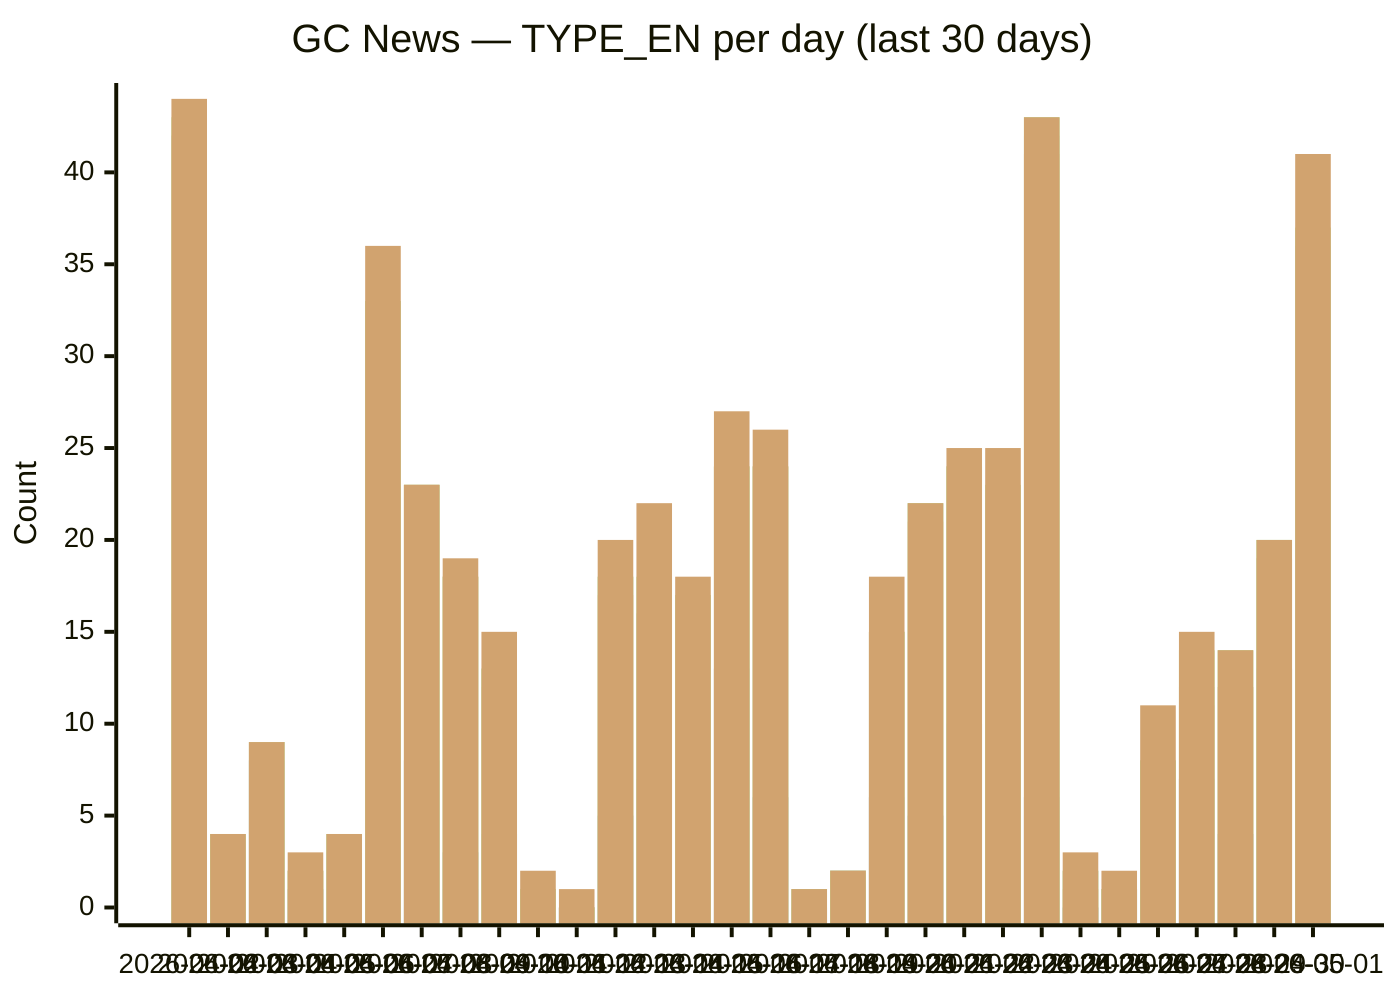
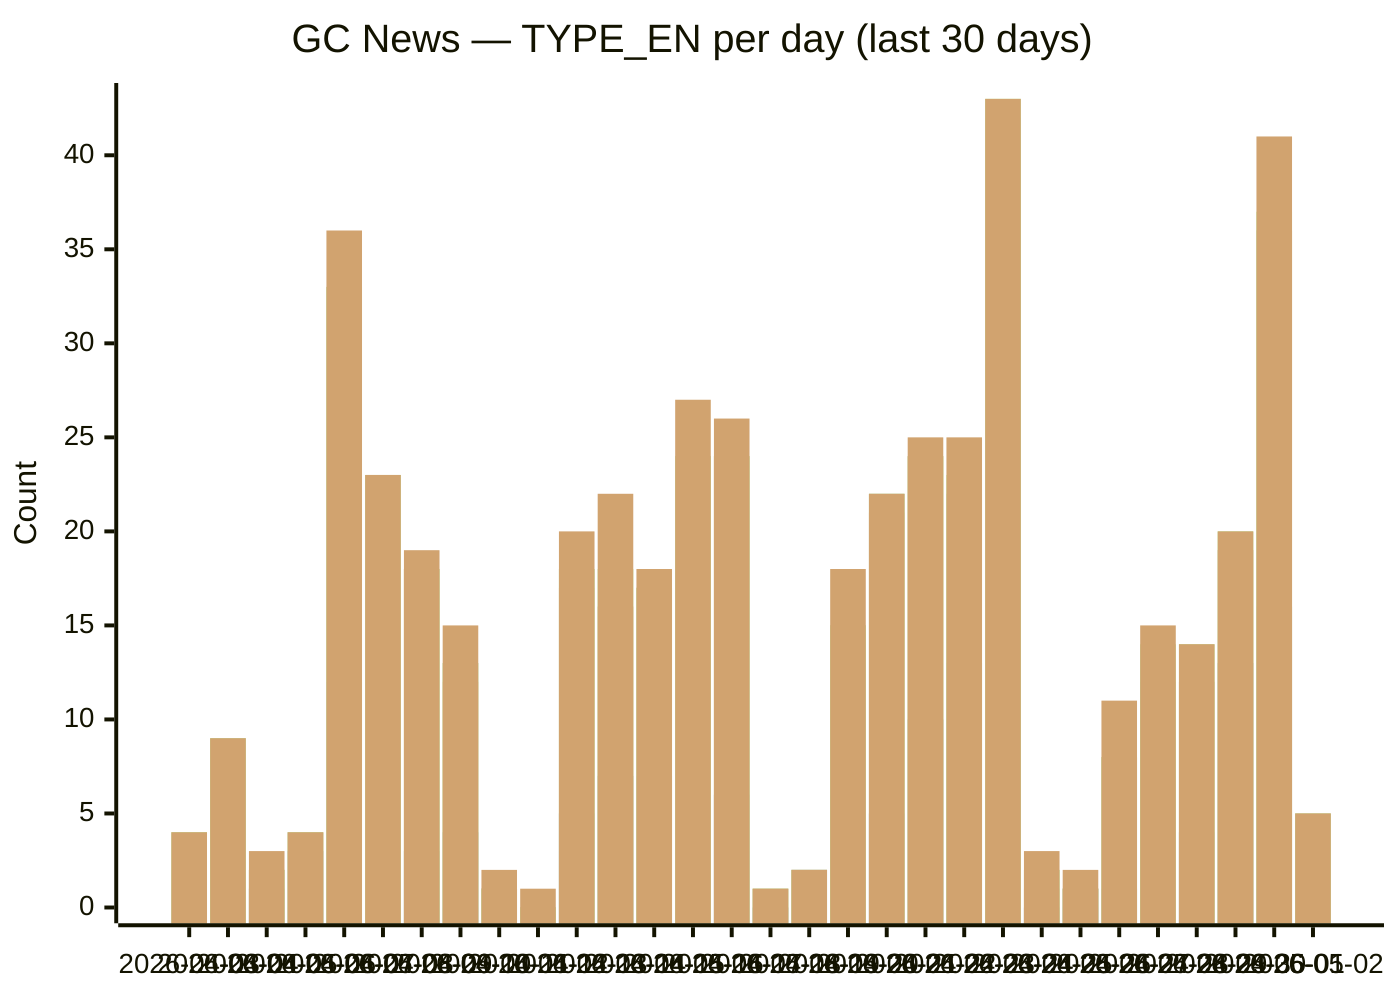
```mermaid
xychart-beta
  title "GC News — TYPE_EN per day (last 30 days)"
-   x-axis [2026-04-02, 2026-04-03, 2026-04-04, 2026-04-05, 2026-04-06, 2026-04-07, 2026-04-08, 2026-04-09, 2026-04-10, 2026-04-11, 2026-04-12, 2026-04-13, 2026-04-14, 2026-04-15, 2026-04-16, 2026-04-17, 2026-04-18, 2026-04-19, 2026-04-20, 2026-04-21, 2026-04-22, 2026-04-23, 2026-04-24, 2026-04-25, 2026-04-26, 2026-04-27, 2026-04-28, 2026-04-29, 2026-04-30, 2026-05-01]
-   y-axis "Count" 0 --> 44
-   bar backgrounders [5, 1, 0, 0, 0, 5, 1, 1, 0, 0, 0, 3, 2, 1, 0, 3, 0, 0, 3, 1, 2, 1, 5, 0, 0, 1, 1, 0, 1, 1]
-   bar "media advisories" [16, 2, 8, 1, 3, 12, 8, 3, 4, 1, 0, 5, 7, 7, 13, 6, 0, 2, 6, 5, 10, 13, 6, 0, 1, 1, 7, 4, 13, 16]
-   bar "news releases" [42, 4, 9, 2, 4, 33, 23, 18, 12, 1, 0, 17, 16, 17, 24, 24, 1, 2, 15, 21, 24, 22, 41, 1, 1, 8, 11, 12, 19, 36]
-   bar readouts [42, 4, 9, 2, 4, 33, 23, 18, 13, 1, 0, 18, 16, 17, 24, 24, 1, 2, 15, 22, 24, 22, 42, 2, 1, 8, 12, 12, 19, 36]
-   bar speeches [43, 4, 9, 2, 4, 33, 23, 18, 13, 1, 0, 18, 18, 17, 24, 24, 1, 2, 15, 22, 24, 23, 43, 2, 1, 8, 14, 14, 20, 37]
-   bar statements [44, 4, 9, 3, 4, 36, 23, 19, 15, 2, 1, 20, 22, 18, 27, 26, 1, 2, 18, 22, 25, 25, 43, 3, 2, 11, 15, 14, 20, 41]
+   x-axis [2026-04-03, 2026-04-04, 2026-04-05, 2026-04-06, 2026-04-07, 2026-04-08, 2026-04-09, 2026-04-10, 2026-04-11, 2026-04-12, 2026-04-13, 2026-04-14, 2026-04-15, 2026-04-16, 2026-04-17, 2026-04-18, 2026-04-19, 2026-04-20, 2026-04-21, 2026-04-22, 2026-04-23, 2026-04-24, 2026-04-25, 2026-04-26, 2026-04-27, 2026-04-28, 2026-04-29, 2026-04-30, 2026-05-01, 2026-05-02]
+   y-axis "Count" 0 --> 43
+   bar backgrounders [1, 0, 0, 0, 5, 1, 1, 0, 0, 0, 3, 2, 1, 0, 3, 0, 0, 3, 1, 2, 1, 5, 0, 0, 1, 1, 0, 1, 1, 0]
+   bar "media advisories" [2, 8, 1, 3, 12, 8, 3, 4, 1, 0, 5, 7, 7, 13, 6, 0, 2, 6, 5, 10, 13, 6, 0, 1, 1, 7, 4, 13, 16, 0]
+   bar "news releases" [4, 9, 2, 4, 33, 23, 18, 12, 1, 0, 17, 16, 17, 24, 24, 1, 2, 15, 21, 24, 22, 41, 1, 1, 8, 11, 12, 19, 36, 5]
+   bar readouts [4, 9, 2, 4, 33, 23, 18, 13, 1, 0, 18, 16, 17, 24, 24, 1, 2, 15, 22, 24, 22, 42, 2, 1, 8, 12, 12, 19, 36, 5]
+   bar speeches [4, 9, 2, 4, 33, 23, 18, 13, 1, 0, 18, 18, 17, 24, 24, 1, 2, 15, 22, 24, 23, 43, 2, 1, 8, 14, 14, 20, 37, 5]
+   bar statements [4, 9, 3, 4, 36, 23, 19, 15, 2, 1, 20, 22, 18, 27, 26, 1, 2, 18, 22, 25, 25, 43, 3, 2, 11, 15, 14, 20, 41, 5]
```